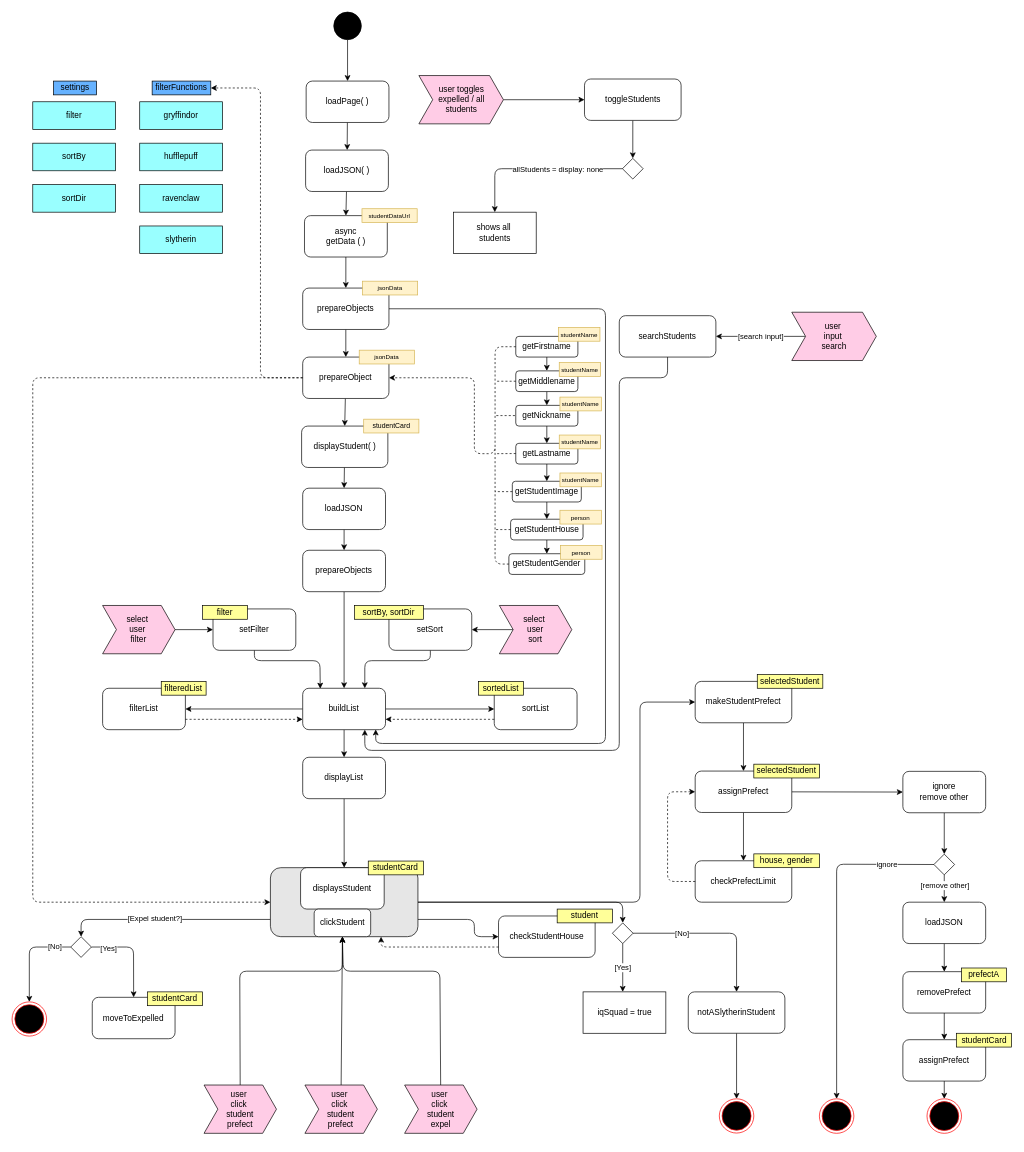
Before: filter_and_sorting.drawio in TheFred94/hacked_hogwarts_student_list, a draw.io diagram. Source tidied: cells renumbered, new cells numbered last; positions are measured from the earlier drawing's top-left corner, leaving out a move shared by most shapes. Both pictures are drawn from the tidied source at 69%, with x=0, y=0 at pixel (12, 12).
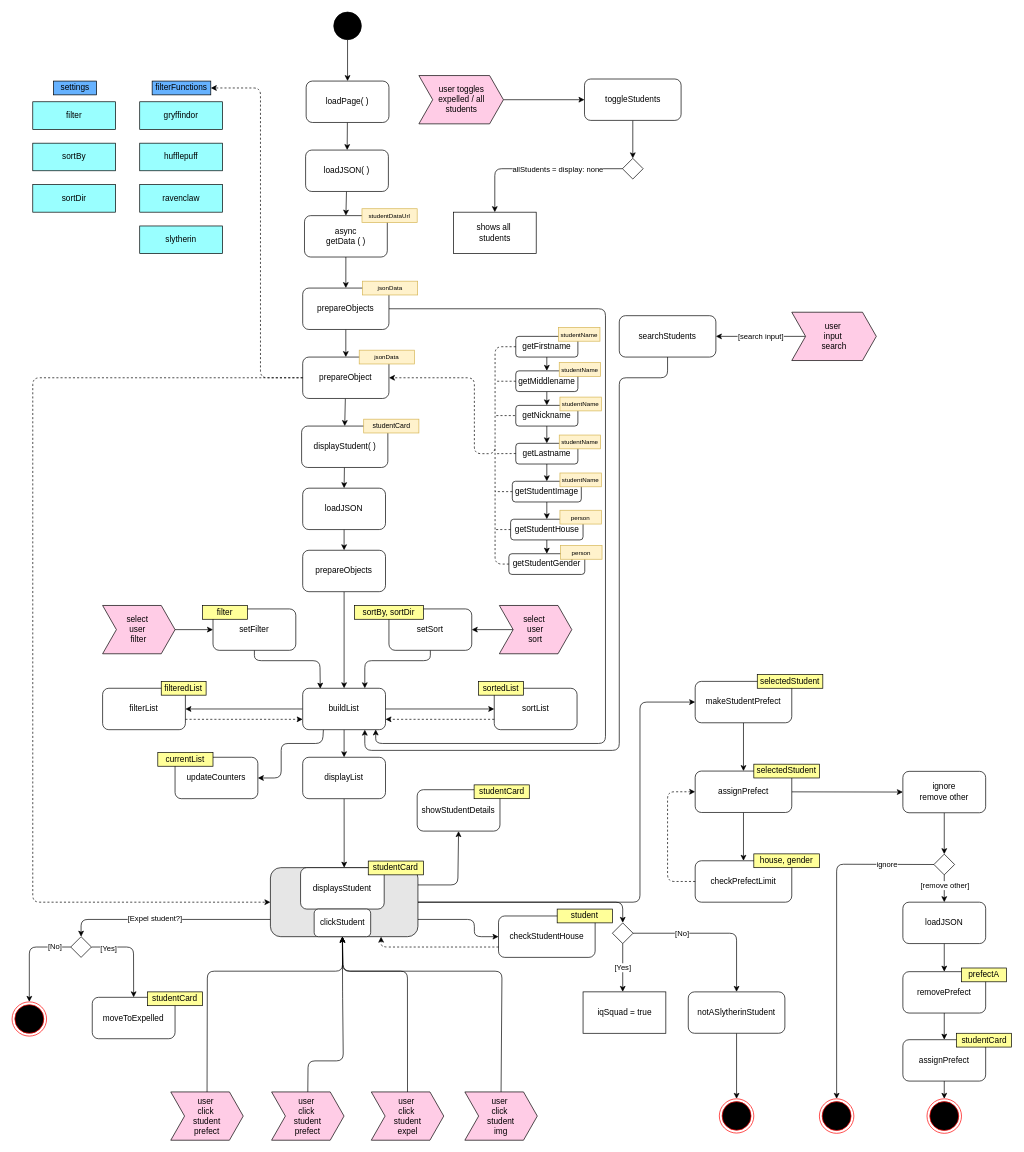
The same diagram, later.

Commit message:
updated diagram for popup and counter

The change refers to these unchanged cells:
```xml
<mxCell id="7" style="rounded=1;whiteSpace=wrap;html=1;fillColor=#E6E6E6;" parent="1" vertex="1">
  <mxGeometry x="374.4" y="1240" width="213.8" height="100" as="geometry" />
</mxCell>
<mxCell id="19" value="buildList" style="rounded=1;whiteSpace=wrap;html=1;fillColor=#FFFFFF;" parent="1" vertex="1">
  <mxGeometry x="421.2" y="980" width="120" height="60" as="geometry" />
</mxCell>
<mxCell id="40" value="clickStudent" style="rounded=1;whiteSpace=wrap;html=1;fillColor=#FFFFFF;" parent="1" vertex="1">
  <mxGeometry x="437.8" y="1300" width="81.9" height="40" as="geometry" />
</mxCell>
```

What changed in the source:
```diff
@@
+    <mxCell id="158" style="edgeStyle=none;html=1;exitX=1;exitY=0.25;exitDx=0;exitDy=0;entryX=0.5;entryY=1;entryDx=0;entryDy=0;" parent="1" edge="1" source="7" target="164">
+      <mxGeometry relative="1" as="geometry">
+        <Array as="points">
+          <mxPoint x="646" y="1265" />
+        </Array>
+      </mxGeometry>
+    </mxCell>
@@
+    <mxCell id="159" style="edgeStyle=none;html=1;exitX=0.25;exitY=1;exitDx=0;exitDy=0;entryX=1;entryY=0.5;entryDx=0;entryDy=0;" parent="1" edge="1" source="19" target="160">
+      <mxGeometry relative="1" as="geometry">
+        <Array as="points">
+          <mxPoint x="450" y="1060" />
+          <mxPoint x="390" y="1060" />
+          <mxPoint x="390" y="1110" />
+        </Array>
+      </mxGeometry>
+    </mxCell>
@@
     <mxCell id="47" style="edgeStyle=none;html=1;" parent="1" edge="1" source="48" target="40">
       <mxGeometry relative="1" as="geometry">
         <Array as="points">
-          <mxPoint x="330" y="1390" />
+          <mxPoint x="283" y="1390" />
           <mxPoint x="479" y="1390" />
         </Array>
       </mxGeometry>
     </mxCell>
     <mxCell id="48" value="user&amp;nbsp;&lt;br&gt;click&amp;nbsp;&lt;br&gt;student&lt;br&gt;prefect&lt;br&gt;" style="shape=step;perimeter=stepPerimeter;whiteSpace=wrap;html=1;fixedSize=1;fillColor=#FFCCE6;" parent="1" vertex="1">
-      <mxGeometry x="278.2" y="1555" width="105" height="70" as="geometry" />
+      <mxGeometry x="230" y="1565" width="105" height="70" as="geometry" />
     </mxCell>
@@
     <mxCell id="123" style="edgeStyle=none;html=1;entryX=0.5;entryY=1;entryDx=0;entryDy=0;exitX=0.5;exitY=0;exitDx=0;exitDy=0;" parent="1" edge="1" source="124" target="40">
-      <mxGeometry relative="1" as="geometry" />
+      <mxGeometry relative="1" as="geometry">
+        <Array as="points">
+          <mxPoint x="429" y="1520" />
+          <mxPoint x="480" y="1520" />
+          <mxPoint x="479" y="1420" />
+        </Array>
+      </mxGeometry>
     </mxCell>
     <mxCell id="124" value="user&amp;nbsp;&lt;br&gt;click&amp;nbsp;&lt;br&gt;student&lt;br&gt;prefect&lt;br&gt;" style="shape=step;perimeter=stepPerimeter;whiteSpace=wrap;html=1;fixedSize=1;fillColor=#FFCCE6;" parent="1" vertex="1">
-      <mxGeometry x="424.4" y="1555" width="105" height="70" as="geometry" />
+      <mxGeometry x="376.1" y="1565" width="105" height="70" as="geometry" />
     </mxCell>
@@
     <mxCell id="136" style="edgeStyle=none;html=1;entryX=0.5;entryY=1;entryDx=0;entryDy=0;" parent="1" edge="1" source="137" target="40">
       <mxGeometry relative="1" as="geometry">
         <Array as="points">
-          <mxPoint x="620" y="1390" />
+          <mxPoint x="573" y="1390" />
           <mxPoint x="480" y="1390" />
         </Array>
       </mxGeometry>
     </mxCell>
     <mxCell id="137" value="user&amp;nbsp;&lt;br&gt;click&amp;nbsp;&lt;br&gt;student&lt;br&gt;expel" style="shape=step;perimeter=stepPerimeter;whiteSpace=wrap;html=1;fixedSize=1;fillColor=#FFCCE6;" parent="1" vertex="1">
-      <mxGeometry x="568.9" y="1555" width="105" height="70" as="geometry" />
+      <mxGeometry x="520.6" y="1565" width="105" height="70" as="geometry" />
     </mxCell>
@@
+    <mxCell id="160" value="updateCounters" style="rounded=1;whiteSpace=wrap;html=1;fillColor=#FFFFFF;" parent="1" vertex="1">
+      <mxGeometry x="236.2" y="1080" width="120" height="60" as="geometry" />
+    </mxCell>
+    <mxCell id="161" value="currentList" style="rounded=0;whiteSpace=wrap;html=1;fillColor=#FFFF99;" parent="1" vertex="1">
+      <mxGeometry x="211.2" y="1073" width="80" height="20" as="geometry" />
+    </mxCell>
+    <mxCell id="162" style="edgeStyle=none;html=1;entryX=0.5;entryY=1;entryDx=0;entryDy=0;exitX=0.5;exitY=0;exitDx=0;exitDy=0;" parent="1" edge="1" source="163" target="40">
+      <mxGeometry relative="1" as="geometry">
+        <Array as="points">
+          <mxPoint x="710" y="1390" />
+          <mxPoint x="479" y="1390" />
+        </Array>
+      </mxGeometry>
+    </mxCell>
+    <mxCell id="163" value="user&amp;nbsp;&lt;br&gt;click&amp;nbsp;&lt;br&gt;student&lt;br&gt;img" style="shape=step;perimeter=stepPerimeter;whiteSpace=wrap;html=1;fixedSize=1;fillColor=#FFCCE6;" parent="1" vertex="1">
+      <mxGeometry x="656.2" y="1565" width="105" height="70" as="geometry" />
+    </mxCell>
+    <mxCell id="164" value="showStudentDetails" style="rounded=1;whiteSpace=wrap;html=1;fillColor=#FFFFFF;" parent="1" vertex="1">
+      <mxGeometry x="587.1" y="1127" width="120" height="60" as="geometry" />
+    </mxCell>
+    <mxCell id="165" value="studentCard" style="rounded=0;whiteSpace=wrap;html=1;fillColor=#FFFF99;" parent="1" vertex="1">
+      <mxGeometry x="669.6" y="1120" width="80" height="20" as="geometry" />
+    </mxCell>
```
